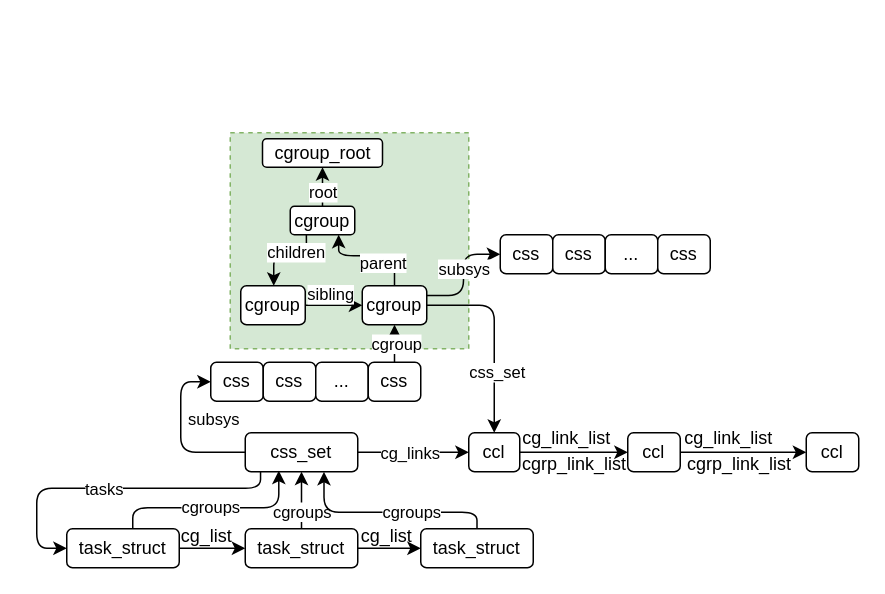
Before: cgroup.drawio in jasonactions/graph, a draw.io diagram. Source tidied: cells renumbered, new cells numbered last; positions are measured from the earlier drawing's top-left corner, leaving out a move shared by most shapes. Both pictures are drawn from the tidied source at 150%, with x=0, y=0 at pixel (36, 132).
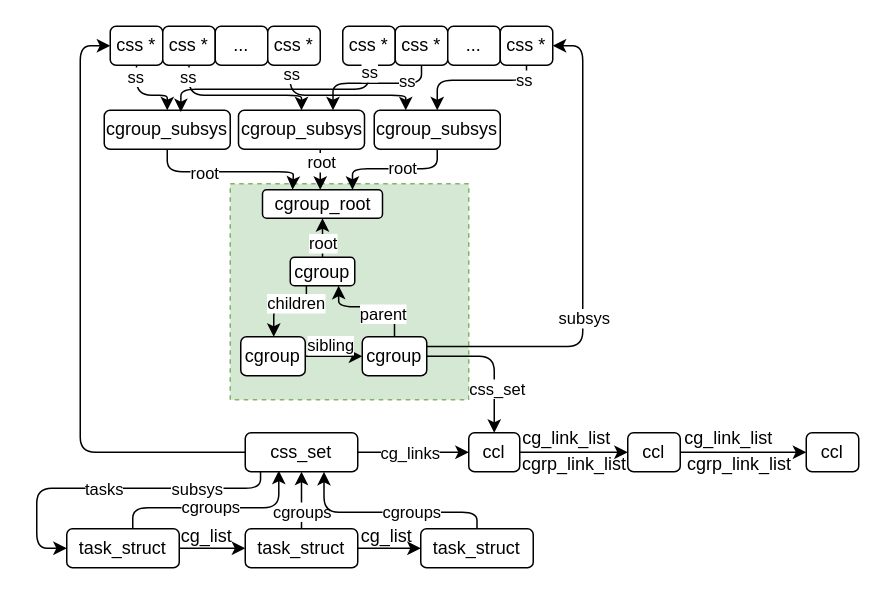
The same diagram, later.

Change to the diagram source:
```diff
@@
     <mxCell id="2" style="rounded=0;whiteSpace=wrap;html=1;fillColor=#d5e8d4;dashed=1;strokeColor=#82b366;" parent="1" vertex="1">
-      <mxGeometry x="129" width="159" height="144" as="geometry" />
+      <mxGeometry x="129" y="34" width="159" height="144" as="geometry" />
     </mxCell>
@@
+    <mxCell id="58" style="edgeStyle=orthogonalEdgeStyle;rounded=1;jettySize=auto;html=1;entryX=0.5;entryY=0;entryDx=0;entryDy=0;" parent="1" edge="1" source="22" target="70">
+      <mxGeometry relative="1" as="geometry" />
+    </mxCell>
+    <mxCell id="59" value="ss" style="edgeLabel;html=1;align=center;verticalAlign=middle;" parent="58" vertex="1">
+      <mxGeometry x="-0.71" y="-1" relative="1" as="geometry" />
+    </mxCell>
-    <mxCell id="22" value="css" style="rounded=1;whiteSpace=wrap;html=1;" parent="1" vertex="1">
-      <mxGeometry x="116" y="153" width="35" height="26" as="geometry" />
+    <mxCell id="22" value="css *" style="rounded=1;whiteSpace=wrap;html=1;" parent="1" vertex="1">
+      <mxGeometry x="49" y="-71" width="35" height="26" as="geometry" />
     </mxCell>
+    <mxCell id="60" style="edgeStyle=orthogonalEdgeStyle;rounded=1;jettySize=auto;html=1;entryX=0.5;entryY=0;entryDx=0;entryDy=0;exitX=0.5;exitY=1;exitDx=0;exitDy=0;" parent="1" edge="1" source="23" target="76">
+      <mxGeometry relative="1" as="geometry">
+        <Array as="points">
+          <mxPoint x="102" y="-25" />
+          <mxPoint x="177" y="-25" />
+        </Array>
+      </mxGeometry>
+    </mxCell>
+    <mxCell id="61" value="ss" style="edgeLabel;html=1;align=center;verticalAlign=middle;" parent="60" vertex="1">
+      <mxGeometry x="-0.87" y="-1" relative="1" as="geometry" />
+    </mxCell>
-    <mxCell id="23" value="css" style="rounded=1;whiteSpace=wrap;html=1;" parent="1" vertex="1">
-      <mxGeometry x="151" y="153" width="35" height="26" as="geometry" />
+    <mxCell id="23" value="css *" style="rounded=1;whiteSpace=wrap;html=1;" parent="1" vertex="1">
+      <mxGeometry x="84" y="-71" width="35" height="26" as="geometry" />
     </mxCell>
     <mxCell id="24" value="..." style="rounded=1;whiteSpace=wrap;html=1;" parent="1" vertex="1">
-      <mxGeometry x="186" y="153" width="35" height="26" as="geometry" />
+      <mxGeometry x="119" y="-71" width="35" height="26" as="geometry" />
     </mxCell>
-    <mxCell id="25" style="edgeStyle=orthogonalEdgeStyle;rounded=1;jettySize=auto;html=1;entryX=0.5;entryY=1;entryDx=0;entryDy=0;" parent="1" edge="1" source="27" target="34">
-      <mxGeometry relative="1" as="geometry">
-        <Array as="points">
-          <mxPoint x="239" y="140" />
-          <mxPoint x="239" y="140" />
-        </Array>
-      </mxGeometry>
-    </mxCell>
-    <mxCell id="26" value="cgroup" style="edgeLabel;html=1;align=center;verticalAlign=middle;" parent="25" vertex="1">
-      <mxGeometry x="0.05" y="-1" relative="1" as="geometry" />
-    </mxCell>
+    <mxCell id="62" style="edgeStyle=orthogonalEdgeStyle;rounded=1;jettySize=auto;html=1;entryX=0.25;entryY=0;entryDx=0;entryDy=0;exitX=0.429;exitY=0.995;exitDx=0;exitDy=0;exitPerimeter=0;" parent="1" edge="1" source="27" target="73">
+      <mxGeometry relative="1" as="geometry">
+        <Array as="points">
+          <mxPoint x="169" y="-25" />
+          <mxPoint x="246" y="-25" />
+        </Array>
+      </mxGeometry>
+    </mxCell>
+    <mxCell id="63" value="ss" style="edgeLabel;html=1;align=center;verticalAlign=middle;" parent="62" vertex="1">
+      <mxGeometry x="-0.88" relative="1" as="geometry" />
+    </mxCell>
-    <mxCell id="27" value="css" style="rounded=1;whiteSpace=wrap;html=1;" parent="1" vertex="1">
-      <mxGeometry x="221" y="153" width="35" height="26" as="geometry" />
+    <mxCell id="27" value="css *" style="rounded=1;whiteSpace=wrap;html=1;" parent="1" vertex="1">
+      <mxGeometry x="154" y="-71" width="35" height="26" as="geometry" />
     </mxCell>
-    <mxCell id="28" style="edgeStyle=orthogonalEdgeStyle;rounded=1;jettySize=auto;html=1;entryX=0;entryY=0.5;entryDx=0;entryDy=0;exitX=1;exitY=0.25;exitDx=0;exitDy=0;" parent="1" edge="1" source="34" target="35">
+    <mxCell id="28" style="edgeStyle=orthogonalEdgeStyle;rounded=1;jettySize=auto;html=1;entryX=1;entryY=0.5;entryDx=0;entryDy=0;exitX=1;exitY=0.25;exitDx=0;exitDy=0;" parent="1" edge="1" source="34" target="38">
       <mxGeometry relative="1" as="geometry" />
     </mxCell>
@@
     <mxCell id="34" value="cgroup" style="rounded=1;whiteSpace=wrap;html=1;" parent="1" vertex="1">
-      <mxGeometry x="217" y="102" width="43" height="26" as="geometry" />
+      <mxGeometry x="217" y="136" width="43" height="26" as="geometry" />
     </mxCell>
-    <mxCell id="35" value="css" style="rounded=1;whiteSpace=wrap;html=1;" parent="1" vertex="1">
-      <mxGeometry x="309" y="68" width="35" height="26" as="geometry" />
+    <mxCell id="35" value="css *" style="rounded=1;whiteSpace=wrap;html=1;" parent="1" vertex="1">
+      <mxGeometry x="204" y="-71" width="35" height="26" as="geometry" />
     </mxCell>
+    <mxCell id="64" style="edgeStyle=orthogonalEdgeStyle;rounded=1;jettySize=auto;html=1;entryX=0.75;entryY=0;entryDx=0;entryDy=0;exitX=0.5;exitY=1;exitDx=0;exitDy=0;" parent="1" edge="1" source="36" target="76">
+      <mxGeometry relative="1" as="geometry">
+        <Array as="points">
+          <mxPoint x="257" y="-33" />
+          <mxPoint x="198" y="-33" />
+        </Array>
+      </mxGeometry>
+    </mxCell>
+    <mxCell id="65" value="ss" style="edgeLabel;html=1;align=center;verticalAlign=middle;" parent="64" vertex="1">
+      <mxGeometry x="-0.83" y="-1" relative="1" as="geometry">
+        <mxPoint x="-9" y="2" as="offset" />
+      </mxGeometry>
+    </mxCell>
-    <mxCell id="36" value="css" style="rounded=1;whiteSpace=wrap;html=1;" parent="1" vertex="1">
-      <mxGeometry x="344" y="68" width="35" height="26" as="geometry" />
+    <mxCell id="36" value="css *" style="rounded=1;whiteSpace=wrap;html=1;" parent="1" vertex="1">
+      <mxGeometry x="239" y="-71" width="35" height="26" as="geometry" />
     </mxCell>
     <mxCell id="37" value="..." style="rounded=1;whiteSpace=wrap;html=1;" parent="1" vertex="1">
-      <mxGeometry x="379" y="68" width="35" height="26" as="geometry" />
+      <mxGeometry x="274" y="-71" width="35" height="26" as="geometry" />
     </mxCell>
+    <mxCell id="66" style="edgeStyle=orthogonalEdgeStyle;rounded=1;jettySize=auto;html=1;entryX=0.5;entryY=0;entryDx=0;entryDy=0;" parent="1" edge="1" source="38" target="73">
+      <mxGeometry relative="1" as="geometry">
+        <Array as="points">
+          <mxPoint x="327" y="-35" />
+          <mxPoint x="267" y="-35" />
+        </Array>
+      </mxGeometry>
+    </mxCell>
+    <mxCell id="67" value="ss" style="edgeLabel;html=1;align=center;verticalAlign=middle;" parent="66" vertex="1">
+      <mxGeometry x="-0.73" y="-1" relative="1" as="geometry" />
+    </mxCell>
-    <mxCell id="38" value="css" style="rounded=1;whiteSpace=wrap;html=1;" parent="1" vertex="1">
-      <mxGeometry x="414" y="68" width="35" height="26" as="geometry" />
+    <mxCell id="38" value="css *" style="rounded=1;whiteSpace=wrap;html=1;" parent="1" vertex="1">
+      <mxGeometry x="309" y="-71" width="35" height="26" as="geometry" />
     </mxCell>
@@
     <mxCell id="41" value="cgroup" style="rounded=1;whiteSpace=wrap;html=1;" parent="1" vertex="1">
-      <mxGeometry x="136" y="102" width="43" height="26" as="geometry" />
+      <mxGeometry x="136" y="136" width="43" height="26" as="geometry" />
     </mxCell>
     <mxCell id="42" style="edgeStyle=orthogonalEdgeStyle;rounded=1;jettySize=auto;html=1;exitX=0.25;exitY=1;exitDx=0;exitDy=0;" parent="1" edge="1" source="46" target="41">
       <mxGeometry relative="1" as="geometry">
         <Array as="points">
-          <mxPoint x="180" y="81" />
-          <mxPoint x="158" y="81" />
+          <mxPoint x="180" y="115" />
+          <mxPoint x="158" y="115" />
         </Array>
       </mxGeometry>
     </mxCell>
@@
     <mxCell id="46" value="cgroup" style="rounded=1;whiteSpace=wrap;html=1;" parent="1" vertex="1">
-      <mxGeometry x="169" y="49" width="43" height="19" as="geometry" />
+      <mxGeometry x="169" y="83" width="43" height="19" as="geometry" />
     </mxCell>
     <mxCell id="47" value="cgroup_root" style="rounded=1;whiteSpace=wrap;html=1;" parent="1" vertex="1">
-      <mxGeometry x="150.5" y="4" width="80" height="19" as="geometry" />
+      <mxGeometry x="150.5" y="38" width="80" height="19" as="geometry" />
     </mxCell>
     <mxCell id="48" value="subsys" style="edgeLabel;html=1;align=center;verticalAlign=middle;" parent="1" vertex="1">
-      <mxGeometry x="244" y="136" as="geometry">
+      <mxGeometry x="233" y="183" as="geometry">
         <mxPoint x="-127" y="54" as="offset" />
       </mxGeometry>
     </mxCell>
@@
+    <mxCell id="68" style="edgeStyle=orthogonalEdgeStyle;rounded=1;jettySize=auto;html=1;entryX=0.25;entryY=0;entryDx=0;entryDy=0;exitX=0.5;exitY=1;exitDx=0;exitDy=0;" parent="1" edge="1" source="70" target="47">
+      <mxGeometry relative="1" as="geometry">
+        <Array as="points">
+          <mxPoint x="87" y="26" />
+          <mxPoint x="171" y="26" />
+          <mxPoint x="171" y="30" />
+          <mxPoint x="171" y="30" />
+        </Array>
+      </mxGeometry>
+    </mxCell>
+    <mxCell id="69" value="root" style="edgeLabel;html=1;align=center;verticalAlign=middle;" parent="68" vertex="1">
+      <mxGeometry x="-0.3" relative="1" as="geometry" />
+    </mxCell>
+    <mxCell id="70" value="cgroup_subsys" style="rounded=1;whiteSpace=wrap;html=1;" parent="1" vertex="1">
+      <mxGeometry x="45" y="-15" width="84" height="26" as="geometry" />
+    </mxCell>
+    <mxCell id="71" style="edgeStyle=orthogonalEdgeStyle;rounded=1;jettySize=auto;html=1;entryX=0.75;entryY=0;entryDx=0;entryDy=0;" parent="1" edge="1" source="73" target="47">
+      <mxGeometry relative="1" as="geometry">
+        <Array as="points">
+          <mxPoint x="267" y="24" />
+          <mxPoint x="211" y="24" />
+        </Array>
+      </mxGeometry>
+    </mxCell>
+    <mxCell id="72" value="root" style="edgeLabel;html=1;align=center;verticalAlign=middle;" parent="71" vertex="1">
+      <mxGeometry x="-0.11" y="-1" relative="1" as="geometry" />
+    </mxCell>
+    <mxCell id="73" value="cgroup_subsys" style="rounded=1;whiteSpace=wrap;html=1;" parent="1" vertex="1">
+      <mxGeometry x="225" y="-15" width="84" height="26" as="geometry" />
+    </mxCell>
+    <mxCell id="74" style="edgeStyle=orthogonalEdgeStyle;rounded=1;orthogonalLoop=1;jettySize=auto;html=1;entryX=0.5;entryY=0;entryDx=0;entryDy=0;exitX=0.696;exitY=0.969;exitDx=0;exitDy=0;exitPerimeter=0;" parent="1" edge="1">
+      <mxGeometry relative="1" as="geometry">
+        <mxPoint x="189" y="10.2" as="sourcePoint" />
+        <mxPoint x="189" y="38" as="targetPoint" />
+      </mxGeometry>
+    </mxCell>
+    <mxCell id="75" value="root" style="edgeLabel;html=1;align=center;verticalAlign=middle;" parent="74" vertex="1">
+      <mxGeometry x="-0.35" y="1" relative="1" as="geometry">
+        <mxPoint x="-1" as="offset" />
+      </mxGeometry>
+    </mxCell>
+    <mxCell id="76" value="cgroup_subsys" style="rounded=1;whiteSpace=wrap;html=1;" parent="1" vertex="1">
+      <mxGeometry x="134.5" y="-15" width="84" height="26" as="geometry" />
+    </mxCell>
+    <mxCell id="77" style="edgeStyle=orthogonalEdgeStyle;rounded=1;jettySize=auto;html=1;entryX=0.608;entryY=0.048;entryDx=0;entryDy=0;entryPerimeter=0;exitX=0.5;exitY=1;exitDx=0;exitDy=0;" parent="1" edge="1" source="35" target="70">
+      <mxGeometry relative="1" as="geometry">
+        <Array as="points">
+          <mxPoint x="222" y="-29" />
+          <mxPoint x="96" y="-29" />
+        </Array>
+      </mxGeometry>
+    </mxCell>
+    <mxCell id="78" value="ss" style="edgeLabel;html=1;align=center;verticalAlign=middle;" parent="77" vertex="1">
+      <mxGeometry x="-0.94" relative="1" as="geometry">
+        <mxPoint y="-1" as="offset" />
+      </mxGeometry>
+    </mxCell>
```
